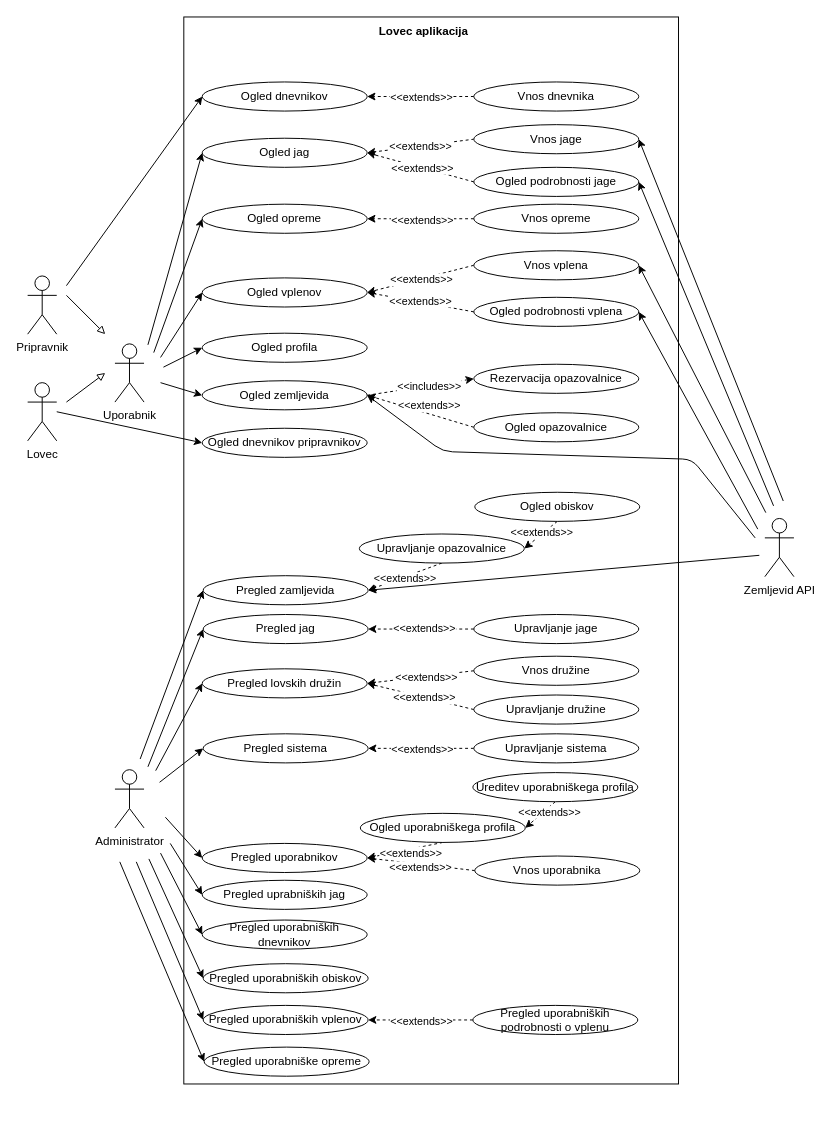
janmerhar/lovec keeps this draw.io diagram as docs/uml/dpu.drawio. Above is the earlier version. Source tidied: cells renumbered, new cells numbered last; positions are measured from the earlier drawing's top-left corner, leaving out a move shared by most shapes. Both pictures are drawn from the tidied source at 97%, with x=0, y=0 at pixel (27, 16).
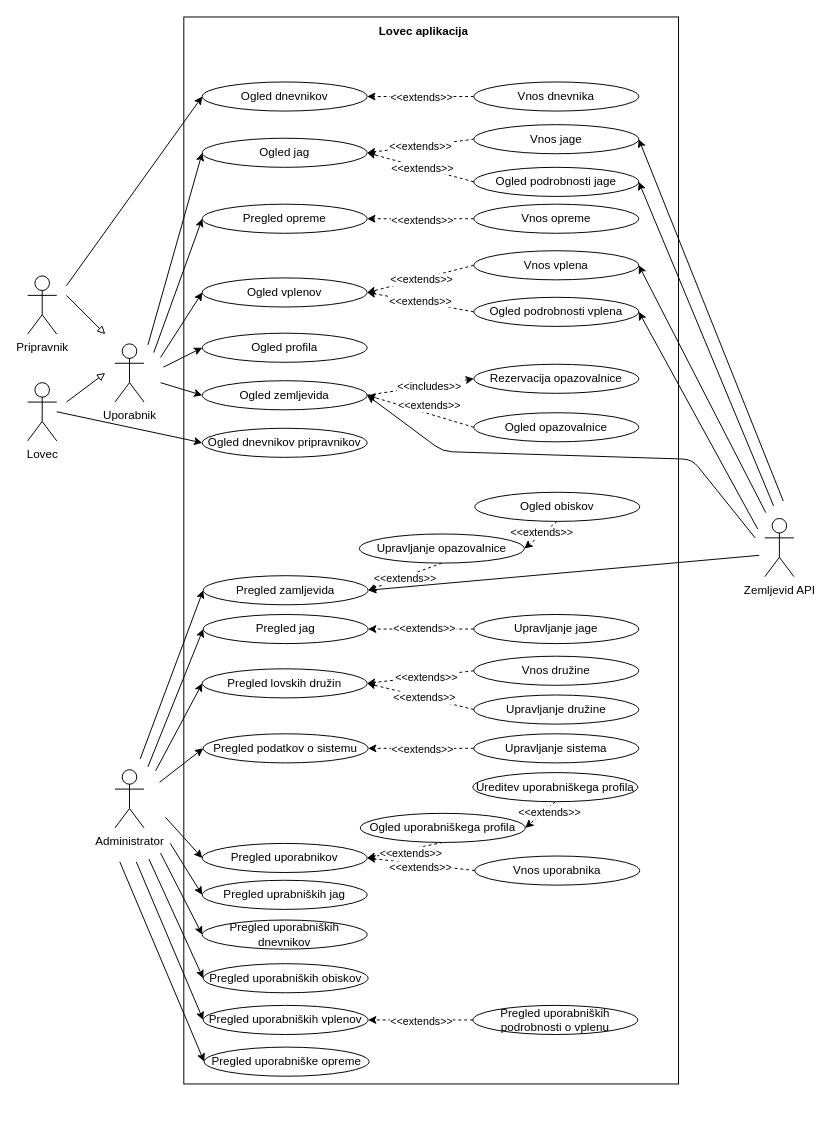
Above is the later version.

Unchanged cells that the change refers to:
```xml
<mxCell id="9" style="group;" parent="1" vertex="1">
  <mxGeometry x="160" y="27" width="510" height="1100" as="geometry" />
</mxCell>
```

Diff of the diagram source:
```diff
@@
-    <mxCell id="21" value="Ogled opreme" style="ellipse;whiteSpace=wrap;html=1;" parent="9" vertex="1">
+    <mxCell id="21" value="Pregled opreme" style="ellipse;whiteSpace=wrap;html=1;" parent="9" vertex="1">
       <mxGeometry x="20" y="166" width="170" height="30" as="geometry" />
     </mxCell>
@@
-    <mxCell id="53" value="Pregled sistema" style="ellipse;whiteSpace=wrap;html=1;" parent="9" vertex="1">
+    <mxCell id="53" value="Pregled podatkov o sistemu" style="ellipse;whiteSpace=wrap;html=1;" parent="9" vertex="1">
       <mxGeometry x="21" y="712" width="170" height="30" as="geometry" />
     </mxCell>
```
